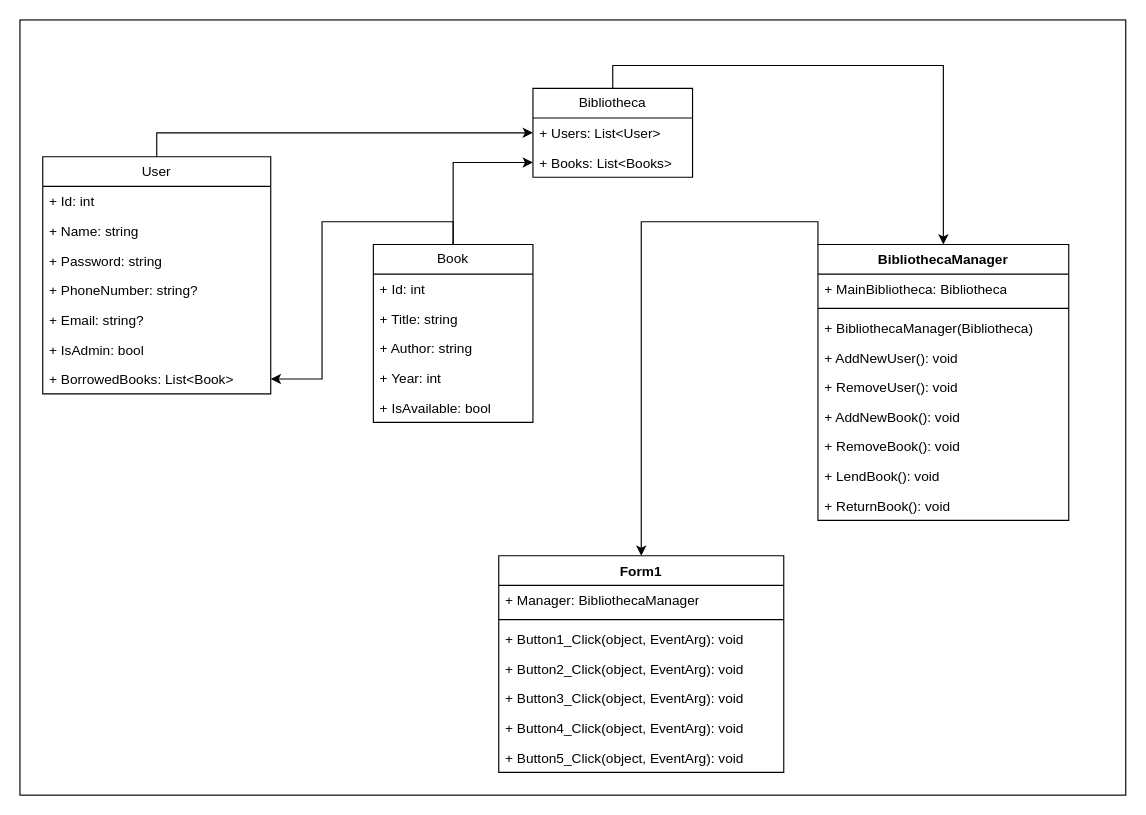
Before: C#/homeworks/!WindowsFormsHomework/homework7(UML)/Library/UML/FirstDiagram.drawio in cAfton/GIT, a draw.io diagram. Source tidied: cells renumbered, new cells numbered last; positions are measured from the earlier drawing's top-left corner, leaving out a move shared by most shapes. Both pictures are drawn from the tidied source at 114%, with x=0, y=0 at pixel (19, 19).
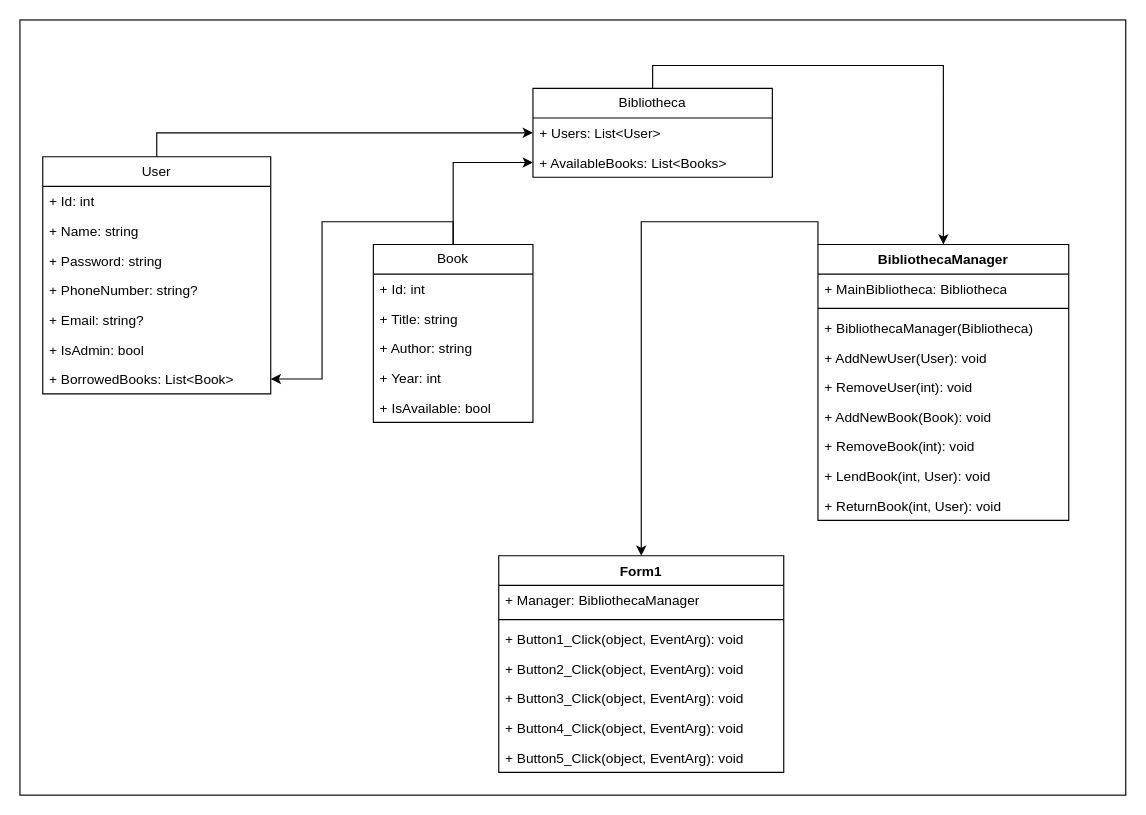
The same page after the edit.

Unchanged cells that the change refers to:
```xml
<mxCell id="25" value="BibliothecaManager" style="swimlane;fontStyle=1;align=center;verticalAlign=top;horizontal=1;startSize=26;whiteSpace=wrap;html=1;" parent="1" vertex="1">
  <mxGeometry x="700" y="197" width="220" height="242" as="geometry" />
</mxCell>
```

Diff of the diagram source:
```diff
@@
     <mxCell id="21" value="Bibliotheca" style="swimlane;fontStyle=0;horizontal=1;startSize=26;fillColor=none;whiteSpace=wrap;html=1;" parent="1" vertex="1">
-      <mxGeometry x="450" y="60" width="140" height="78" as="geometry" />
+      <mxGeometry x="450" y="60" width="210" height="78" as="geometry" />
     </mxCell>
     <mxCell id="22" value="+ Users: List&amp;lt;User&amp;gt;" style="text;strokeColor=none;fillColor=none;align=left;verticalAlign=top;spacingLeft=4;spacingRight=4;overflow=hidden;points=[[0,0.5],[1,0.5]];portConstraint=eastwest;whiteSpace=wrap;html=1;" parent="21" vertex="1">
-      <mxGeometry y="26" width="140" height="26" as="geometry" />
+      <mxGeometry y="26" width="210" height="26" as="geometry" />
     </mxCell>
-    <mxCell id="23" value="+ Books: List&amp;lt;Books&amp;gt;" style="text;strokeColor=none;fillColor=none;align=left;verticalAlign=top;spacingLeft=4;spacingRight=4;overflow=hidden;points=[[0,0.5],[1,0.5]];portConstraint=eastwest;whiteSpace=wrap;html=1;" parent="21" vertex="1">
-      <mxGeometry y="52" width="140" height="26" as="geometry" />
+    <mxCell id="23" value="+ AvailableBooks: List&amp;lt;Books&amp;gt;" style="text;strokeColor=none;fillColor=none;align=left;verticalAlign=top;spacingLeft=4;spacingRight=4;overflow=hidden;points=[[0,0.5],[1,0.5]];portConstraint=eastwest;whiteSpace=wrap;html=1;" parent="21" vertex="1">
+      <mxGeometry y="52" width="210" height="26" as="geometry" />
     </mxCell>
@@
-    <mxCell id="29" value="+ AddNewUser(): void" style="text;strokeColor=none;fillColor=none;align=left;verticalAlign=top;spacingLeft=4;spacingRight=4;overflow=hidden;whiteSpace=wrap;html=1;" parent="25" vertex="1">
+    <mxCell id="29" value="+ AddNewUser(User): void" style="text;strokeColor=none;fillColor=none;align=left;verticalAlign=top;spacingLeft=4;spacingRight=4;overflow=hidden;whiteSpace=wrap;html=1;" parent="25" vertex="1">
       <mxGeometry y="86" width="220" height="26" as="geometry" />
     </mxCell>
-    <mxCell id="30" value="+ RemoveUser(): void" style="text;strokeColor=none;fillColor=none;align=left;verticalAlign=top;spacingLeft=4;spacingRight=4;overflow=hidden;whiteSpace=wrap;html=1;" parent="25" vertex="1">
+    <mxCell id="30" value="+ RemoveUser(int): void" style="text;strokeColor=none;fillColor=none;align=left;verticalAlign=top;spacingLeft=4;spacingRight=4;overflow=hidden;whiteSpace=wrap;html=1;" parent="25" vertex="1">
       <mxGeometry y="112" width="220" height="26" as="geometry" />
     </mxCell>
-    <mxCell id="31" value="+ AddNewBook(): void" style="text;strokeColor=none;fillColor=none;align=left;verticalAlign=top;spacingLeft=4;spacingRight=4;overflow=hidden;whiteSpace=wrap;html=1;" parent="25" vertex="1">
+    <mxCell id="31" value="+ AddNewBook(Book): void" style="text;strokeColor=none;fillColor=none;align=left;verticalAlign=top;spacingLeft=4;spacingRight=4;overflow=hidden;whiteSpace=wrap;html=1;" parent="25" vertex="1">
       <mxGeometry y="138" width="220" height="26" as="geometry" />
     </mxCell>
-    <mxCell id="32" value="+ RemoveBook(): void" style="text;strokeColor=none;fillColor=none;align=left;verticalAlign=top;spacingLeft=4;spacingRight=4;overflow=hidden;whiteSpace=wrap;html=1;" parent="25" vertex="1">
+    <mxCell id="32" value="+ RemoveBook(int): void" style="text;strokeColor=none;fillColor=none;align=left;verticalAlign=top;spacingLeft=4;spacingRight=4;overflow=hidden;whiteSpace=wrap;html=1;" parent="25" vertex="1">
       <mxGeometry y="164" width="220" height="26" as="geometry" />
     </mxCell>
-    <mxCell id="33" value="+ LendBook(): void" style="text;strokeColor=none;fillColor=none;align=left;verticalAlign=top;spacingLeft=4;spacingRight=4;overflow=hidden;whiteSpace=wrap;html=1;" parent="25" vertex="1">
+    <mxCell id="33" value="+ LendBook(int, User): void" style="text;strokeColor=none;fillColor=none;align=left;verticalAlign=top;spacingLeft=4;spacingRight=4;overflow=hidden;whiteSpace=wrap;html=1;" parent="25" vertex="1">
       <mxGeometry y="190" width="220" height="26" as="geometry" />
     </mxCell>
-    <mxCell id="34" value="+ ReturnBook(): void" style="text;strokeColor=none;fillColor=none;align=left;verticalAlign=top;spacingLeft=4;spacingRight=4;overflow=hidden;whiteSpace=wrap;html=1;" parent="25" vertex="1">
+    <mxCell id="34" value="+ ReturnBook(int, User): void" style="text;strokeColor=none;fillColor=none;align=left;verticalAlign=top;spacingLeft=4;spacingRight=4;overflow=hidden;whiteSpace=wrap;html=1;" parent="25" vertex="1">
       <mxGeometry y="216" width="220" height="26" as="geometry" />
     </mxCell>
```
